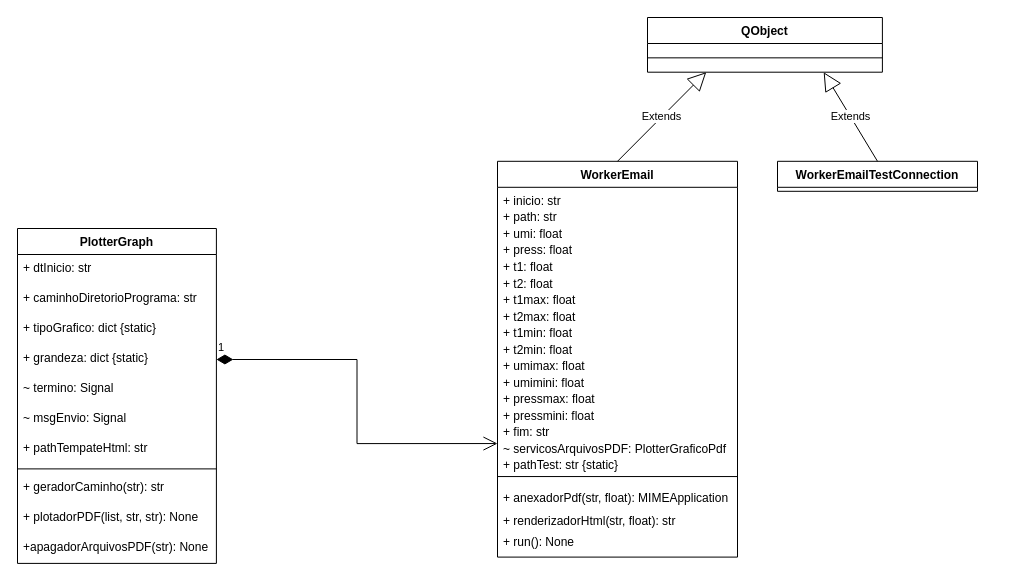
Above: page "Relacionamento Entre Classes" (4 of 5) of EstruturaObtencaoDeDados.drawio in Fat83dotcom/Interface_Estacao (draw.io), before the change. Source tidied: cells renumbered, new cells numbered last; positions are measured from the earlier drawing's top-left corner, leaving out a move shared by most shapes. Both pictures are drawn from the tidied source at 100%, with x=0, y=0 at pixel (17, 17).
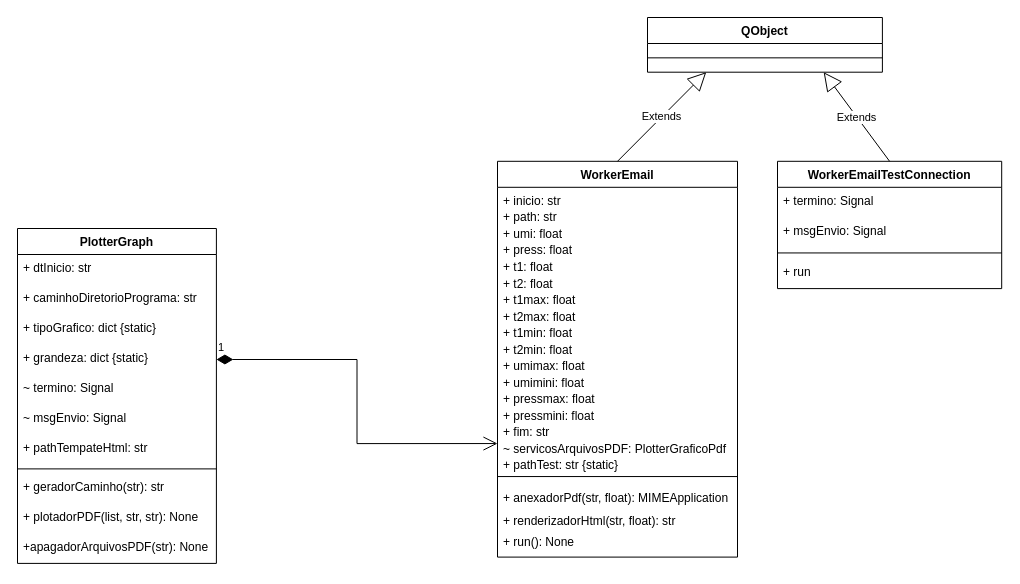
The same page after the edit.

Diff of the diagram source:
```diff
@@
-    <mxCell id="36" value="WorkerEmailTestConnection" style="swimlane;fontStyle=1;align=center;verticalAlign=top;horizontal=1;startSize=26;" parent="1" vertex="1" collapsed="1">
-      <mxGeometry x="760" y="143.8" width="200" height="30" as="geometry" />
+    <mxCell id="36" value="WorkerEmailTestConnection" style="swimlane;fontStyle=1;align=center;verticalAlign=top;horizontal=1;startSize=26;" parent="1" vertex="1">
+      <mxGeometry x="760" y="143.8" width="224.2" height="127.3" as="geometry" />
     </mxCell>
+    <mxCell id="42" value="+ termino: Signal " style="text;strokeColor=none;fillColor=none;align=left;verticalAlign=top;spacingLeft=4;spacingRight=4;overflow=hidden;" parent="36" vertex="1">
+      <mxGeometry y="26" width="224.2" height="30" as="geometry" />
+    </mxCell>
+    <mxCell id="43" value="+ msgEnvio: Signal" style="text;strokeColor=none;fillColor=none;align=left;verticalAlign=top;spacingLeft=4;spacingRight=4;overflow=hidden;" parent="36" vertex="1">
+      <mxGeometry y="56" width="224.2" height="30" as="geometry" />
+    </mxCell>
+    <mxCell id="44" style="line;strokeWidth=1;fillColor=none;align=left;verticalAlign=middle;spacingTop=-1;spacingLeft=3;spacingRight=3;labelPosition=right;strokeColor=inherit;" parent="36" vertex="1">
+      <mxGeometry y="86" width="224.2" height="11.3" as="geometry" />
+    </mxCell>
+    <mxCell id="45" value="+ run" style="text;strokeColor=none;fillColor=none;align=left;verticalAlign=top;spacingLeft=4;spacingRight=4;overflow=hidden;" parent="36" vertex="1">
+      <mxGeometry y="97.3" width="224.2" height="30" as="geometry" />
+    </mxCell>
```
